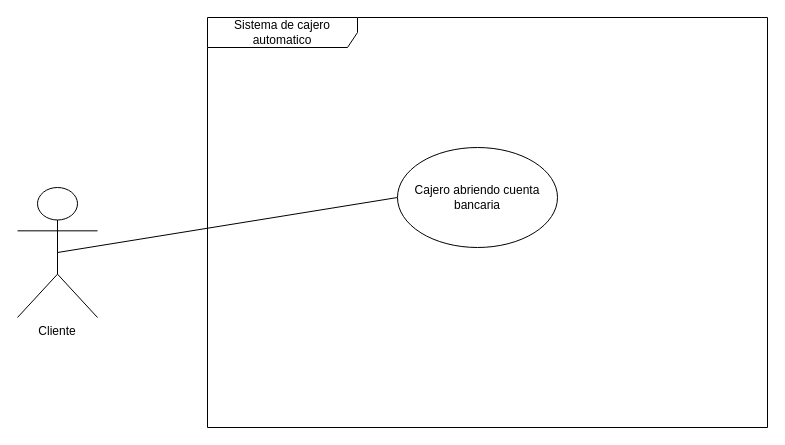
Earlier version of the draw.io diagram page "Cliente" (4 of 5) of analisis-de-sistemas/U03 Actividad - Realización de un caso de uso.drawio (repocdlf/actividades-up). Source tidied: cells renumbered, new cells numbered last; positions are measured from the earlier drawing's top-left corner, leaving out a move shared by most shapes. Both pictures are drawn from the tidied source at 100%, with x=0, y=0 at pixel (17, 17).
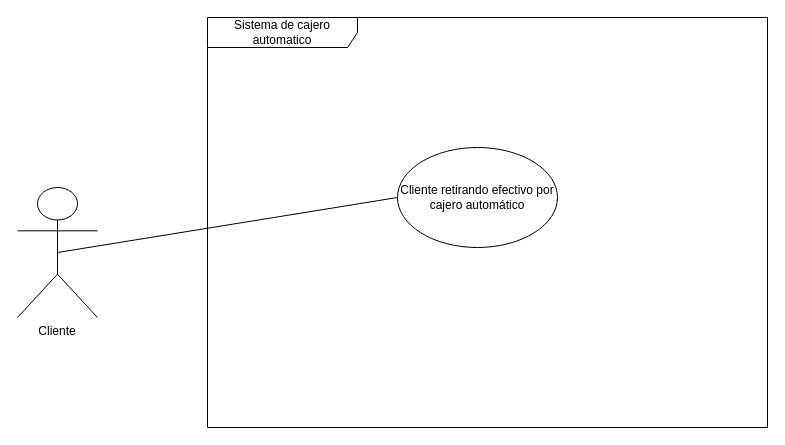
The same diagram, later.

Commit message:
Cliente retirando efectivo por cajero automático

Change to the diagram source:
```diff
@@
 <mxGraphModel>
   <root>
     <mxCell id="0" />
     <mxCell id="1" parent="0" />
     <mxCell id="2" style="rounded=0;jettySize=auto;html=1;entryX=0;entryY=0.5;entryDx=0;entryDy=0;endArrow=none;endFill=0;exitX=0.5;exitY=0.5;exitDx=0;exitDy=0;exitPerimeter=0;" parent="1" edge="1" source="3" target="5">
       <mxGeometry relative="1" as="geometry" />
     </mxCell>
     <mxCell id="3" value="Cliente" style="shape=umlActor;verticalLabelPosition=bottom;verticalAlign=top;html=1;outlineConnect=0;fillStyle=auto;labelBackgroundColor=default;gradientColor=none;shadow=0;labelBorderColor=none;textShadow=0;whiteSpace=wrap;" parent="1" vertex="1">
       <mxGeometry y="170" width="80" height="130" as="geometry" />
     </mxCell>
     <mxCell id="4" value="Sistema de cajero automatico" style="shape=umlFrame;whiteSpace=wrap;html=1;width=150;height=30;" parent="1" vertex="1">
       <mxGeometry x="190" width="560" height="410" as="geometry" />
     </mxCell>
-    <mxCell id="5" value="Cajero abriendo cuenta bancaria" style="ellipse;whiteSpace=wrap;html=1;shapeInside=1;" parent="1" vertex="1">
+    <mxCell id="5" value="Cliente retirando efectivo por cajero automático" style="ellipse;whiteSpace=wrap;html=1;shapeInside=1;" parent="1" vertex="1">
       <mxGeometry x="380" y="130" width="160" height="100" as="geometry" />
     </mxCell>
   </root>
 </mxGraphModel>
```
